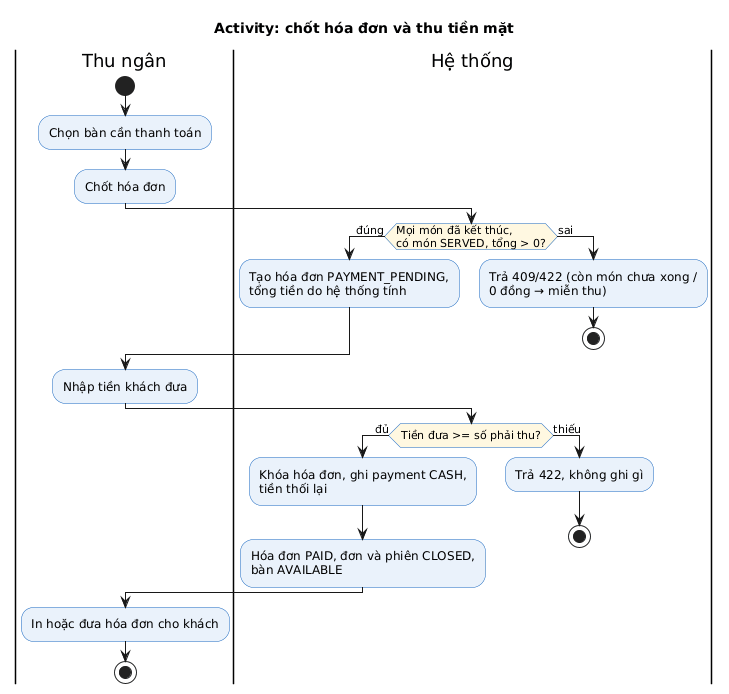
This is docs/bao-cao-ltnc/uml/act-thanh-toan-tien-mat.png from Anpham120/restaurant-management-system, a PlantUML export, as it was before one commit.
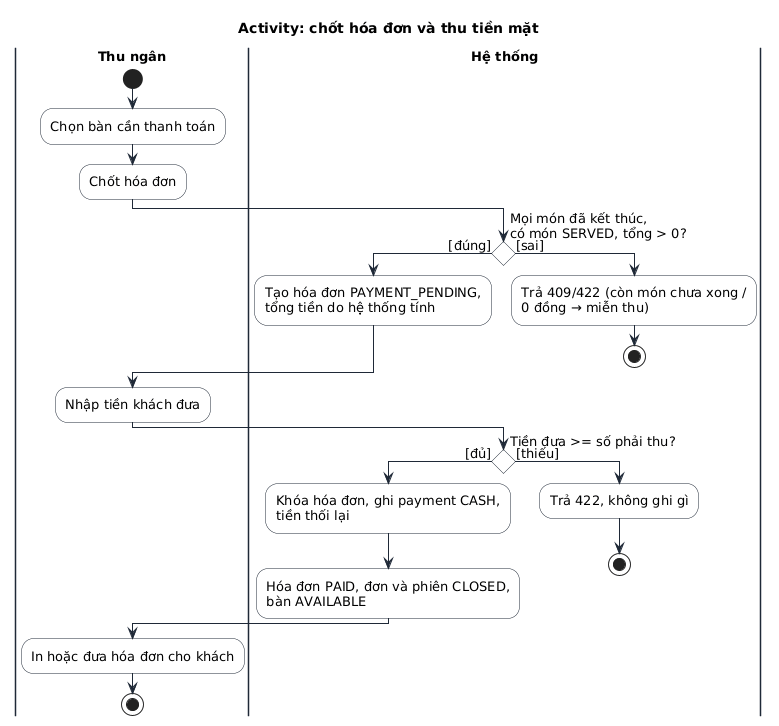
After the change.

Change to the diagram source:
```diff
@@ -1,24 +1,26 @@
 @startuml
 !include _style.iuml
+skinparam conditionStyle diamond
+skinparam conditionEndStyle diamond
 title Activity: chốt hóa đơn và thu tiền mặt
 |Thu ngân|
 start
 :Chọn bàn cần thanh toán;
 :Chốt hóa đơn;
 |Hệ thống|
-if (Mọi món đã kết thúc,\ncó món SERVED, tổng > 0?) then (đúng)
+if (Mọi món đã kết thúc,\ncó món SERVED, tổng > 0?) then ([đúng])
   :Tạo hóa đơn PAYMENT_PENDING,\ntổng tiền do hệ thống tính;
-else (sai)
+else ([sai])
   :Trả 409/422 (còn món chưa xong /\n0 đồng → miễn thu);
   stop
 endif
 |Thu ngân|
 :Nhập tiền khách đưa;
 |Hệ thống|
-if (Tiền đưa >= số phải thu?) then (đủ)
+if (Tiền đưa >= số phải thu?) then ([đủ])
   :Khóa hóa đơn, ghi payment CASH,\ntiền thối lại;
   :Hóa đơn PAID, đơn và phiên CLOSED,\nbàn AVAILABLE;
-else (thiếu)
+else ([thiếu])
   :Trả 422, không ghi gì;
   stop
 endif
```
